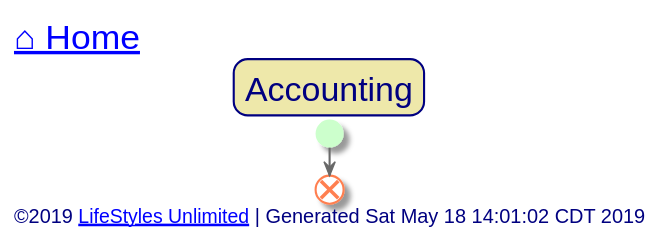
toddmo/lifestylesunlimited keeps this PlantUML diagram as out/src/unlimited-lifestyle/accounting.svg. Above is the earlier version.
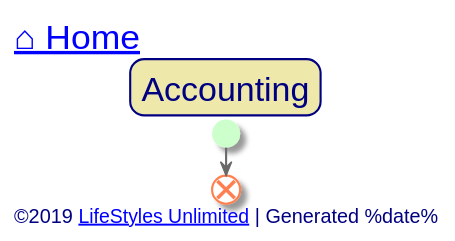
The same file after the commit.

What changed in the source:
```diff
@@ -87,7 +87,7 @@
 
 
 left footer
-	<font size=14>©2019 [[http://www.lifestylesunlimited.com LifeStyles Unlimited]] | Generated Sat May 18 14:01:02 CDT 2019</font>
+	<font size=14>©2019 [[http://www.lifestylesunlimited.com LifeStyles Unlimited]] | Generated %date%</font>
 endfooter
 
 
```
